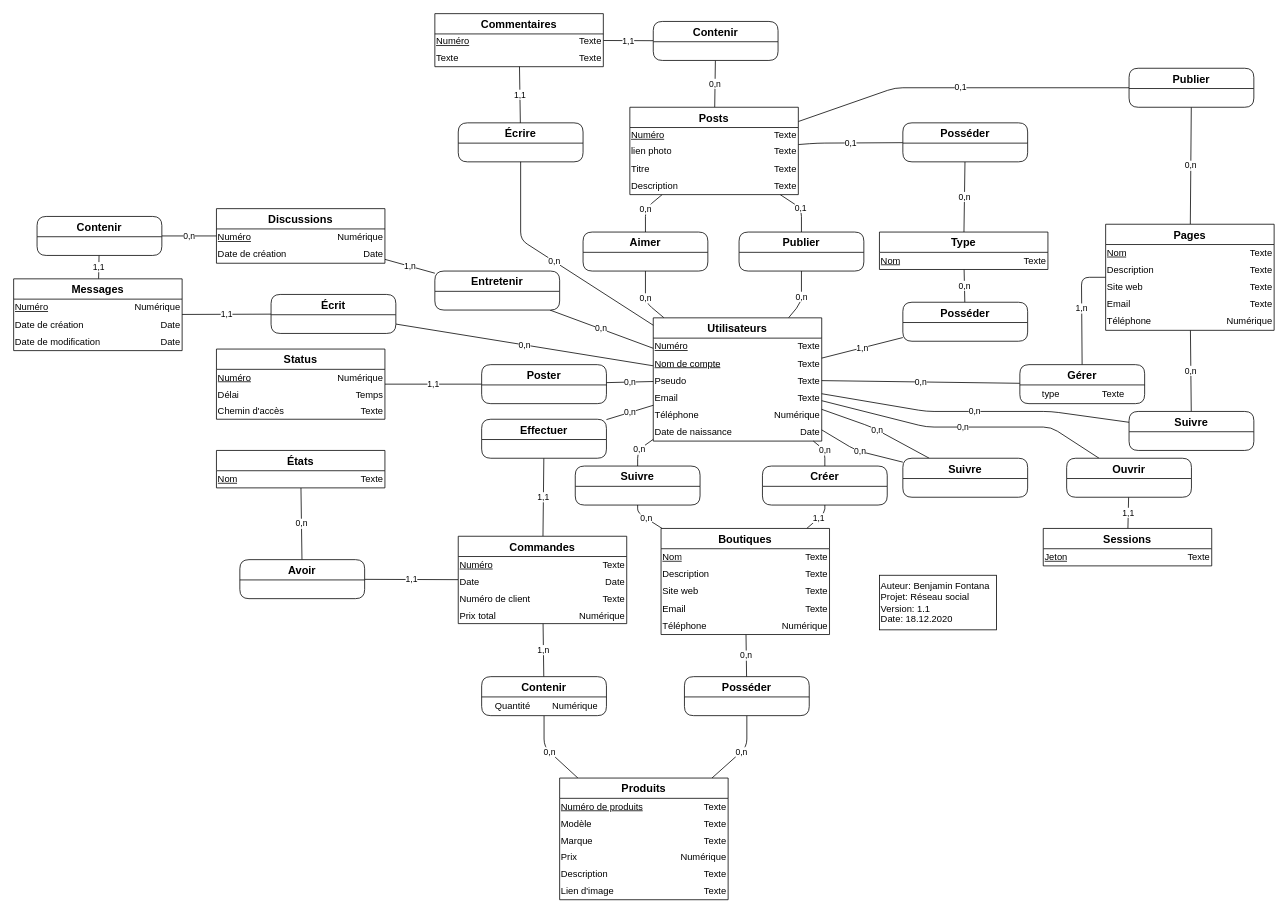
Before: MCD RS.drawio in R0kkxSynetique/MA-08-Modele_ReseauSocial, a draw.io diagram. Source tidied: cells renumbered, new cells numbered last; positions are measured from the earlier drawing's top-left corner, leaving out a move shared by most shapes. Both pictures are drawn from the tidied source at 78%, with x=0, y=0 at pixel (13, 13).
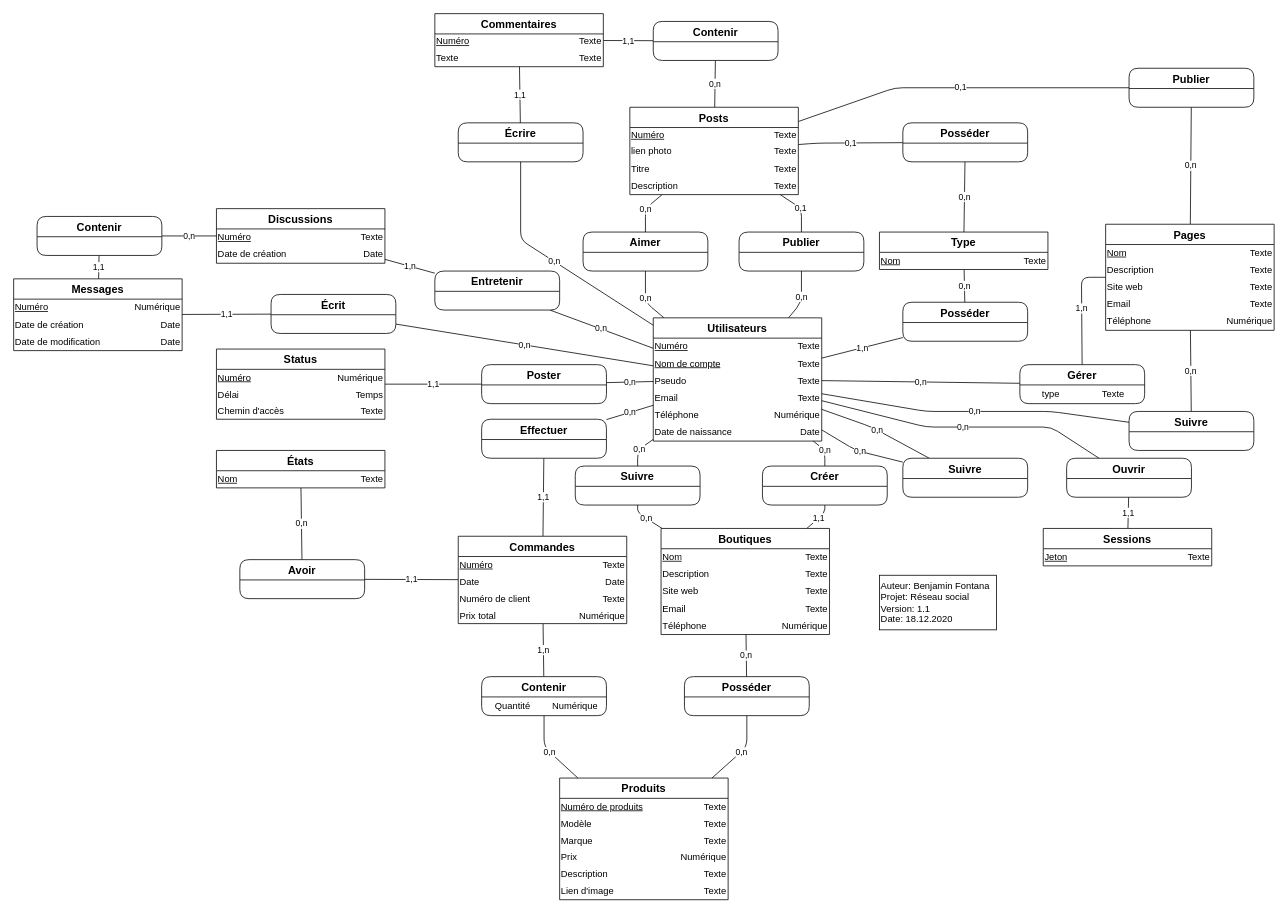
The same diagram, later.

Commit message:
fixed missmatched datatype

Unchanged cells that the change refers to:
```xml
<mxCell id="111" style="shape=partialRectangle;html=1;whiteSpace=wrap;fillColor=none;top=0;left=0;bottom=0;right=0;" parent="110" vertex="1">
  <mxGeometry width="216" height="22" as="geometry" />
</mxCell>
```

The edit, as a diff of the source:
```diff
@@
-    <mxCell id="113" value="Numérique" style="shape=partialRectangle;html=1;whiteSpace=wrap;fillColor=none;top=0;left=0;bottom=0;right=0;overflow=hidden;align=right;" parent="111" vertex="1">
+    <mxCell id="113" value="Texte" style="shape=partialRectangle;html=1;whiteSpace=wrap;fillColor=none;top=0;left=0;bottom=0;right=0;overflow=hidden;align=right;" parent="111" vertex="1">
       <mxGeometry x="108" width="108" height="22" as="geometry" />
     </mxCell>
```
